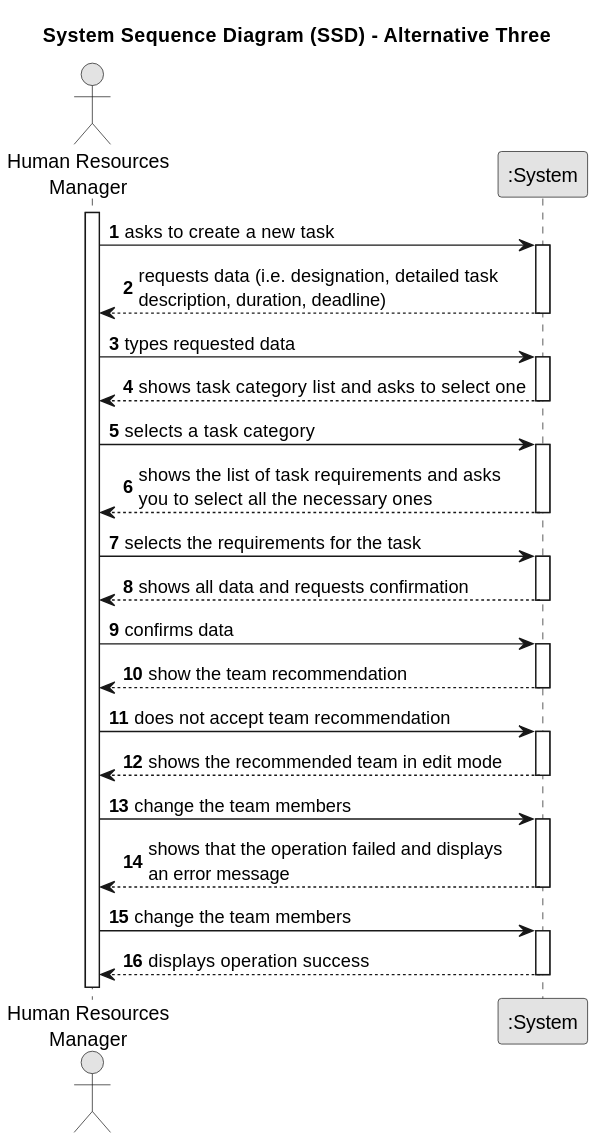
This is docs/sprintA/us005/01.requirements-engineering/svg/us005-system-sequence-diagram-alternative-three.svg from diogoveirospro/lei-24-s2-1dg-g072, a PlantUML export, as it was before one commit. Source of this version:
```plantuml
@startuml
skinparam monochrome true
skinparam packageStyle rectangle
skinparam shadowing false

title System Sequence Diagram (SSD) - Alternative Three

autonumber

actor "Human Resources\nManager" as GRH
participant ":System" as System

activate GRH

    GRH -> System : asks to create a new task
    activate System

        System --> GRH : requests data (i.e. designation, detailed task\ndescription, duration, deadline)
    deactivate System

    GRH -> System : types requested data
    activate System

        System --> GRH : shows task category list and asks to select one
    deactivate System

    GRH -> System : selects a task category
    activate System

        System --> GRH : shows the list of task requirements and asks\nyou to select all the necessary ones
    deactivate System

    GRH -> System : selects the requirements for the task
    activate System

        System --> GRH : shows all data and requests confirmation
    deactivate System

    GRH -> System : confirms data
    activate System

        System --> GRH : show the team recommendation
    deactivate System

    GRH -> System : does not accept team recommendation
    activate System

        System --> GRH : shows the recommended team in edit mode
    deactivate System

    GRH -> System : change the team members
    activate System

        System --> GRH : shows that the operation failed and displays\nan error message
    deactivate System

    GRH -> System : change the team members
    activate System

        System --> GRH : displays operation success
    deactivate
@enduml
```
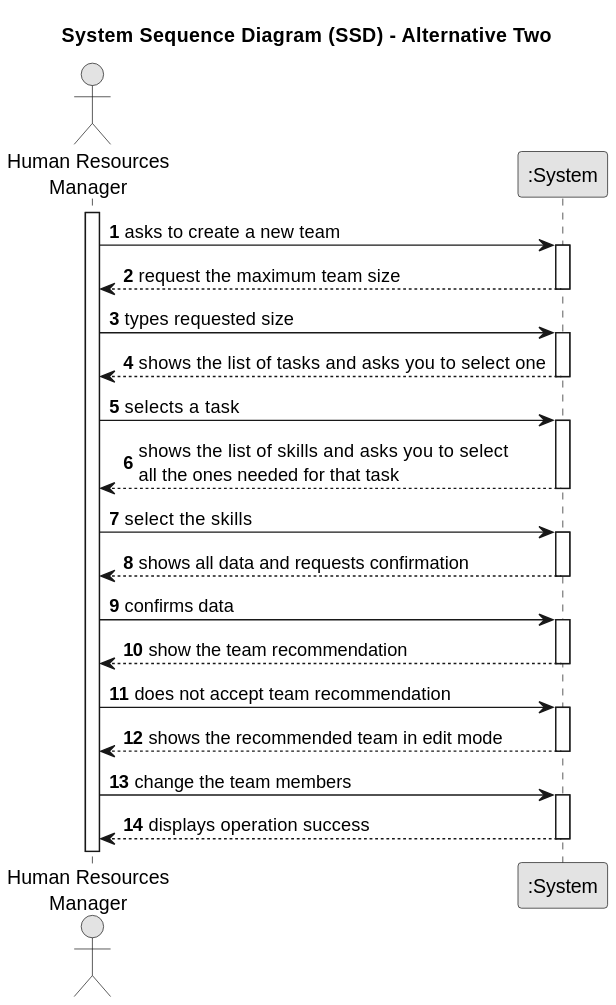
After the change.

Change to the diagram source:
```diff
@@ -3,7 +3,7 @@
 skinparam packageStyle rectangle
 skinparam shadowing false
 
-title System Sequence Diagram (SSD) - Alternative Three
+title System Sequence Diagram (SSD) - Alternative Two
 
 autonumber
 
@@ -12,25 +12,25 @@
 
 activate GRH
 
-    GRH -> System : asks to create a new task
+    GRH -> System : asks to create a new team
     activate System
 
-        System --> GRH : requests data (i.e. designation, detailed task\ndescription, duration, deadline)
+        System --> GRH : request the maximum team size
     deactivate System
 
-    GRH -> System : types requested data
+    GRH -> System : types requested size
     activate System
 
-        System --> GRH : shows task category list and asks to select one
+        System --> GRH : shows the list of tasks and asks you to select one
     deactivate System
 
-    GRH -> System : selects a task category
+    GRH -> System : selects a task
     activate System
 
-        System --> GRH : shows the list of task requirements and asks\nyou to select all the necessary ones
+        System --> GRH : shows the list of skills and asks you to select\nall the ones needed for that task
     deactivate System
 
-    GRH -> System : selects the requirements for the task
+    GRH -> System : select the skills
     activate System
 
         System --> GRH : shows all data and requests confirmation
@@ -51,12 +51,6 @@
     GRH -> System : change the team members
     activate System
 
-        System --> GRH : shows that the operation failed and displays\nan error message
+        System --> GRH : displays operation success
     deactivate System
-
-    GRH -> System : change the team members
-    activate System
-
-        System --> GRH : displays operation success
-    deactivate
 @enduml
```
